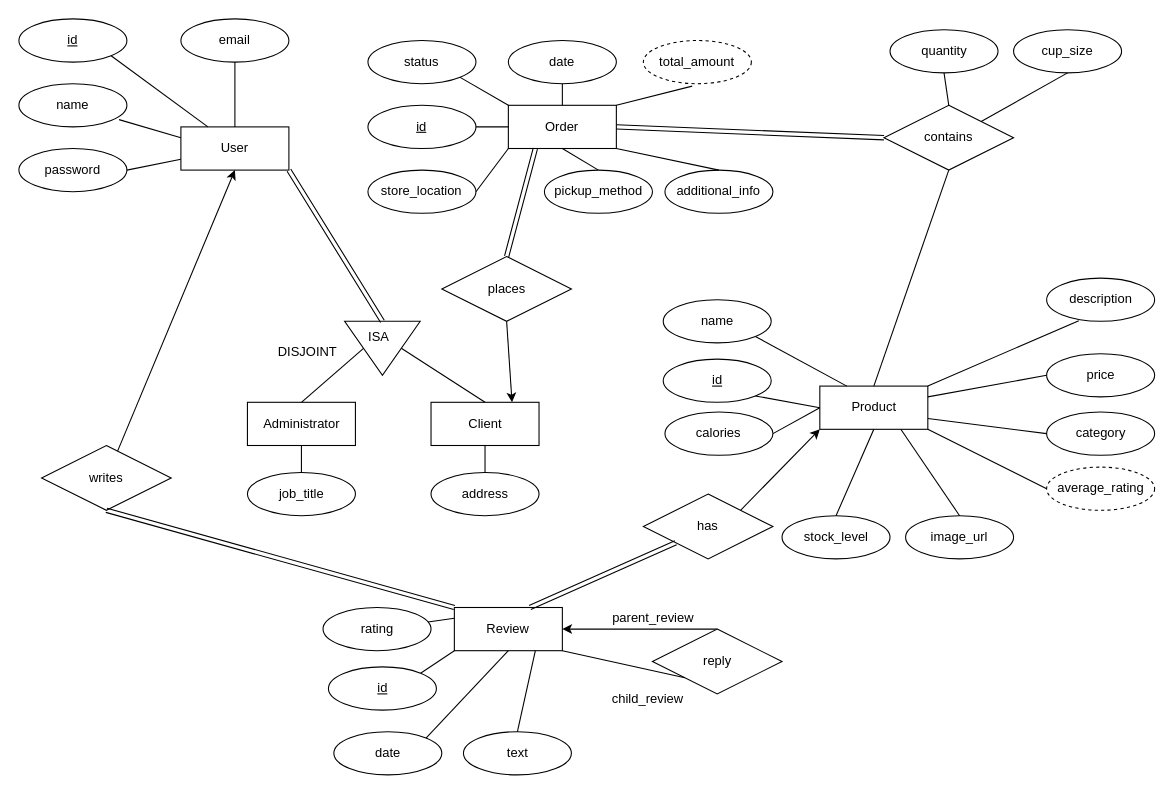
Above: resources/diagrams/erd.dio in steamysips/steamy-sips (draw.io), before the change. Source tidied: cells renumbered, new cells numbered last; positions are measured from the earlier drawing's top-left corner, leaving out a move shared by most shapes. Both pictures are drawn from the tidied source at 108%, with x=0, y=0 at pixel (18, 18).
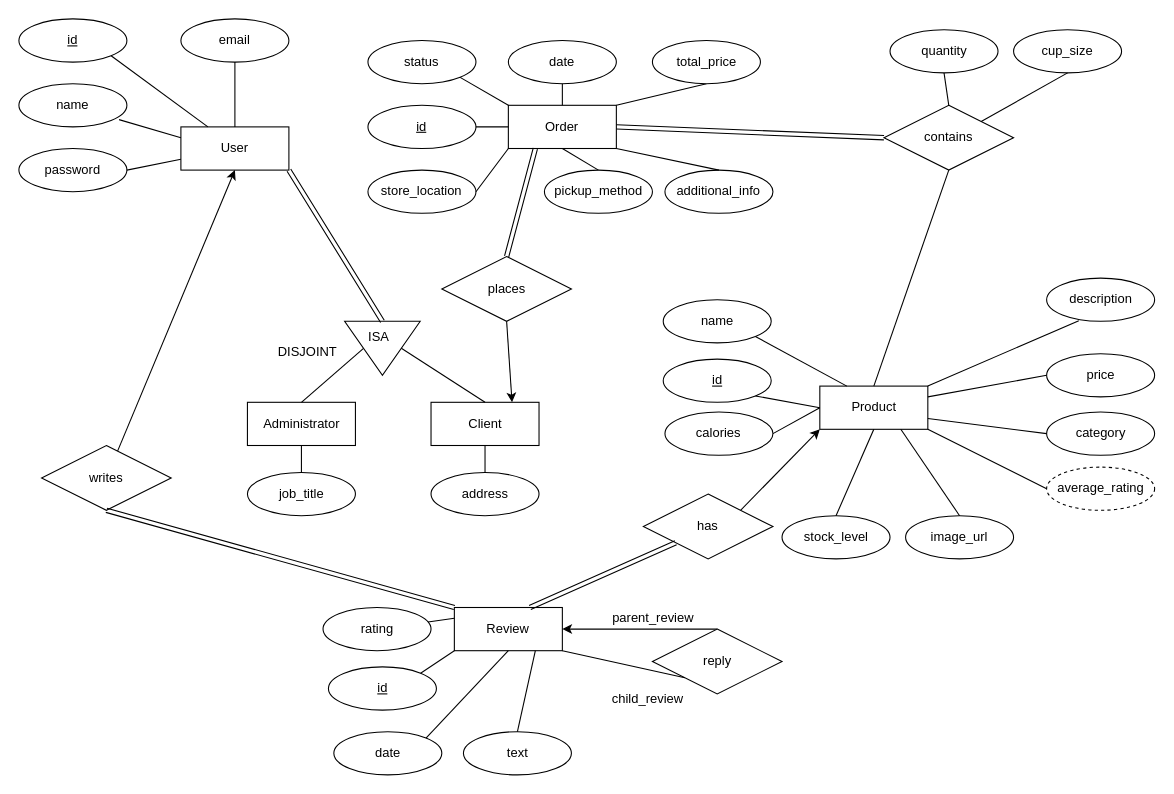
The same diagram, later.

Commit message:
store total price in order entity

Unchanged cells that the change refers to:
```xml
<mxCell id="56" value="Order" style="whiteSpace=wrap;html=1;align=center;" parent="1" vertex="1">
  <mxGeometry x="453.2" y="80" width="100" height="40" as="geometry" />
</mxCell>
```

What changed in the source:
```diff
@@
-    <mxCell id="55" value="total_amount" style="ellipse;whiteSpace=wrap;html=1;align=center;dashed=1;" parent="1" vertex="1">
-      <mxGeometry x="578.2" y="20" width="100" height="40" as="geometry" />
-    </mxCell>
@@
-    <mxCell id="62" style="endArrow=none;html=1;rounded=0;exitX=1;exitY=0;exitDx=0;exitDy=0;entryX=0.452;entryY=1.056;entryDx=0;entryDy=0;entryPerimeter=0;" parent="1" edge="1" source="56" target="55">
+    <mxCell id="62" style="endArrow=none;html=1;rounded=0;exitX=1;exitY=0;exitDx=0;exitDy=0;entryX=0.5;entryY=1;entryDx=0;entryDy=0;" parent="1" edge="1" source="56" target="87">
       <mxGeometry relative="1" as="geometry" />
     </mxCell>
@@
+    <mxCell id="87" value="total_price" style="ellipse;whiteSpace=wrap;html=1;align=center;" parent="1" vertex="1">
+      <mxGeometry x="586.6" y="20" width="100" height="40" as="geometry" />
+    </mxCell>
```
